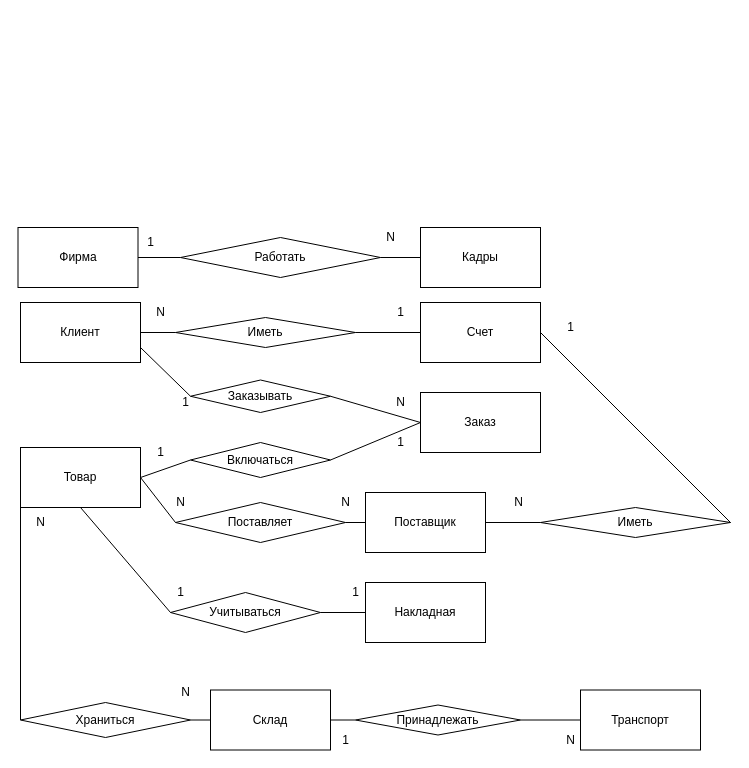
stanislaumich/1- keeps this draw.io diagram as Летняя/MASLAK_DIMA/основная малая диаграмма.drawio. Above is the earlier version. Source tidied: cells renumbered, new cells numbered last; positions are measured from the earlier drawing's top-left corner, leaving out a move shared by most shapes. Both pictures are drawn from the tidied source at 100%, with x=0, y=0 at pixel (18, 227).
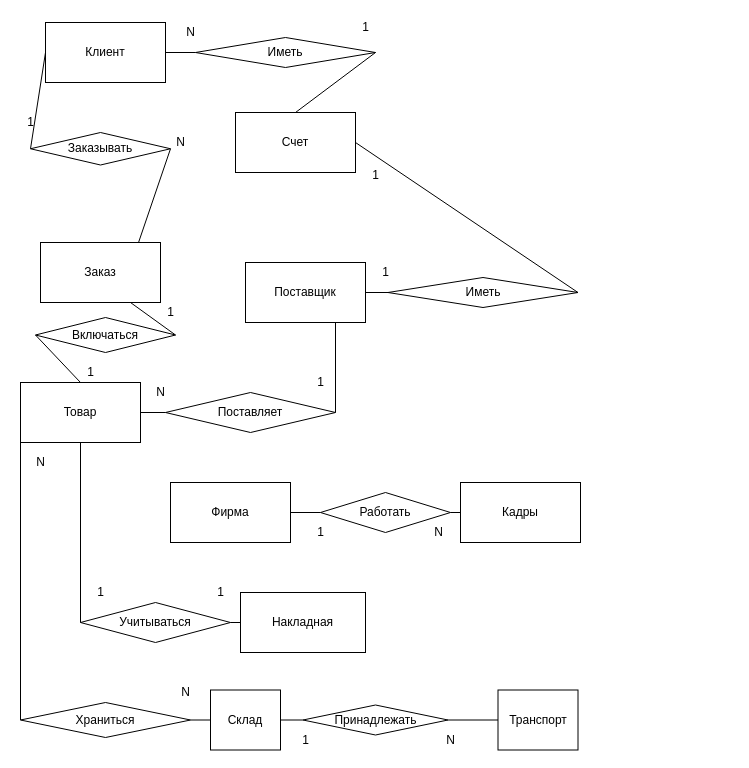
After the change.

Change to the diagram source:
```diff
@@
     <mxCell id="2" value="Кадры" style="rounded=0;whiteSpace=wrap;html=1;" parent="1" vertex="1">
-      <mxGeometry x="402" width="120" height="60" as="geometry" />
+      <mxGeometry x="442" y="255" width="120" height="60" as="geometry" />
     </mxCell>
     <mxCell id="3" value="Фирма" style="rounded=0;whiteSpace=wrap;html=1;" parent="1" vertex="1">
-      <mxGeometry x="-0.5" width="120" height="60" as="geometry" />
+      <mxGeometry x="152" y="255" width="120" height="60" as="geometry" />
     </mxCell>
     <mxCell id="4" value="Клиент" style="rounded=0;whiteSpace=wrap;html=1;" parent="1" vertex="1">
-      <mxGeometry x="2" y="75" width="120" height="60" as="geometry" />
+      <mxGeometry x="27" y="-205" width="120" height="60" as="geometry" />
     </mxCell>
     <mxCell id="5" value="Накладная" style="rounded=0;whiteSpace=wrap;html=1;" parent="1" vertex="1">
-      <mxGeometry x="347" y="355" width="120" height="60" as="geometry" />
+      <mxGeometry x="222" y="365" width="125" height="60" as="geometry" />
     </mxCell>
     <mxCell id="6" value="Поставщик" style="rounded=0;whiteSpace=wrap;html=1;" parent="1" vertex="1">
-      <mxGeometry x="347" y="265" width="120" height="60" as="geometry" />
+      <mxGeometry x="227" y="35" width="120" height="60" as="geometry" />
     </mxCell>
     <mxCell id="7" value="Счет" style="rounded=0;whiteSpace=wrap;html=1;" parent="1" vertex="1">
-      <mxGeometry x="402" y="75" width="120" height="60" as="geometry" />
+      <mxGeometry x="217" y="-115" width="120" height="60" as="geometry" />
     </mxCell>
     <mxCell id="8" value="Склад" style="rounded=0;whiteSpace=wrap;html=1;" parent="1" vertex="1">
-      <mxGeometry x="192" y="462.5" width="120" height="60" as="geometry" />
+      <mxGeometry x="192" y="462.5" width="70" height="60" as="geometry" />
     </mxCell>
     <mxCell id="9" value="Товар" style="rounded=0;whiteSpace=wrap;html=1;" parent="1" vertex="1">
-      <mxGeometry x="2" y="220" width="120" height="60" as="geometry" />
+      <mxGeometry x="2" y="155" width="120" height="60" as="geometry" />
     </mxCell>
     <mxCell id="10" value="Транспорт" style="rounded=0;whiteSpace=wrap;html=1;" parent="1" vertex="1">
-      <mxGeometry x="562" y="462.5" width="120" height="60" as="geometry" />
+      <mxGeometry x="479.5" y="462.5" width="80" height="60" as="geometry" />
     </mxCell>
     <mxCell id="11" value="Заказ" style="rounded=0;whiteSpace=wrap;html=1;" parent="1" vertex="1">
-      <mxGeometry x="402" y="165" width="120" height="60" as="geometry" />
+      <mxGeometry x="22" y="15" width="120" height="60" as="geometry" />
     </mxCell>
     <mxCell id="12" value="Принадлежать" style="rhombus;whiteSpace=wrap;html=1;" parent="1" vertex="1">
-      <mxGeometry x="337" y="477.5" width="165" height="30" as="geometry" />
+      <mxGeometry x="284.5" y="477.5" width="145" height="30" as="geometry" />
     </mxCell>
@@
     <mxCell id="15" value="Иметь" style="rhombus;whiteSpace=wrap;html=1;" parent="1" vertex="1">
-      <mxGeometry x="157" y="90" width="180" height="30" as="geometry" />
+      <mxGeometry x="177" y="-190" width="180" height="30" as="geometry" />
     </mxCell>
     <mxCell id="16" value="Иметь" style="rhombus;whiteSpace=wrap;html=1;" parent="1" vertex="1">
-      <mxGeometry x="522" y="280" width="190" height="30" as="geometry" />
+      <mxGeometry x="369.5" y="50" width="190" height="30" as="geometry" />
     </mxCell>
-    <mxCell id="17" style="endArrow=none;html=1;entryX=1;entryY=0.5;entryDx=0;entryDy=0;exitX=0;exitY=0.5;exitDx=0;exitDy=0;" parent="1" edge="1" source="7" target="15">
+    <mxCell id="17" style="endArrow=none;html=1;entryX=1;entryY=0.5;entryDx=0;entryDy=0;exitX=0.5;exitY=0;exitDx=0;exitDy=0;" parent="1" edge="1" source="7" target="15">
       <mxGeometry relative="1" as="geometry" />
     </mxCell>
@@
     <mxCell id="21" value="Работать" style="rhombus;whiteSpace=wrap;html=1;" parent="1" vertex="1">
-      <mxGeometry x="162" y="10" width="200" height="40" as="geometry" />
+      <mxGeometry x="302" y="265" width="130" height="40" as="geometry" />
     </mxCell>
@@
     <mxCell id="27" value="Учитываться&lt;br&gt;" style="rhombus;whiteSpace=wrap;html=1;" parent="1" vertex="1">
-      <mxGeometry x="152" y="365" width="150" height="40" as="geometry" />
+      <mxGeometry x="62" y="375" width="150" height="40" as="geometry" />
     </mxCell>
@@
     <mxCell id="30" value="Включаться" style="rhombus;whiteSpace=wrap;html=1;" parent="1" vertex="1">
-      <mxGeometry x="172" y="215" width="140" height="35" as="geometry" />
+      <mxGeometry x="17" y="90" width="140" height="35" as="geometry" />
     </mxCell>
-    <mxCell id="31" style="endArrow=none;html=1;entryX=0;entryY=0.5;entryDx=0;entryDy=0;exitX=1;exitY=0.5;exitDx=0;exitDy=0;" parent="1" edge="1" source="9" target="30">
+    <mxCell id="31" style="endArrow=none;html=1;entryX=0;entryY=0.5;entryDx=0;entryDy=0;exitX=0.5;exitY=0;exitDx=0;exitDy=0;" parent="1" edge="1" source="9" target="30">
       <mxGeometry relative="1" as="geometry" />
     </mxCell>
-    <mxCell id="32" style="endArrow=none;html=1;entryX=0;entryY=0.5;entryDx=0;entryDy=0;exitX=1;exitY=0.5;exitDx=0;exitDy=0;" parent="1" edge="1" source="30" target="11">
+    <mxCell id="32" style="endArrow=none;html=1;entryX=0.75;entryY=1;entryDx=0;entryDy=0;exitX=1;exitY=0.5;exitDx=0;exitDy=0;" parent="1" edge="1" source="30" target="11">
       <mxGeometry relative="1" as="geometry" />
     </mxCell>
-    <mxCell id="33" style="endArrow=none;html=1;exitX=1;exitY=0.75;exitDx=0;exitDy=0;entryX=0;entryY=0.5;entryDx=0;entryDy=0;" parent="1" edge="1" source="4" target="34">
+    <mxCell id="33" style="endArrow=none;html=1;exitX=0;exitY=0.5;exitDx=0;exitDy=0;entryX=0;entryY=0.5;entryDx=0;entryDy=0;" parent="1" edge="1" source="4" target="34">
       <mxGeometry relative="1" as="geometry" />
     </mxCell>
     <mxCell id="34" value="Заказывать" style="rhombus;whiteSpace=wrap;html=1;" parent="1" vertex="1">
-      <mxGeometry x="172" y="152.5" width="140" height="32.5" as="geometry" />
+      <mxGeometry x="12" y="-95" width="140" height="32.5" as="geometry" />
     </mxCell>
-    <mxCell id="35" style="endArrow=none;html=1;entryX=1;entryY=0.5;entryDx=0;entryDy=0;exitX=0;exitY=0.5;exitDx=0;exitDy=0;" parent="1" edge="1" source="11" target="34">
+    <mxCell id="35" style="endArrow=none;html=1;entryX=1;entryY=0.5;entryDx=0;entryDy=0;exitX=0.817;exitY=0;exitDx=0;exitDy=0;exitPerimeter=0;" parent="1" edge="1" source="11" target="34">
       <mxGeometry relative="1" as="geometry" />
     </mxCell>
     <mxCell id="36" value="Поставляет" style="rhombus;whiteSpace=wrap;html=1;" parent="1" vertex="1">
-      <mxGeometry x="157" y="275" width="170" height="40" as="geometry" />
+      <mxGeometry x="147" y="165" width="170" height="40" as="geometry" />
     </mxCell>
@@
-    <mxCell id="38" style="endArrow=none;html=1;exitX=0;exitY=0.5;exitDx=0;exitDy=0;entryX=1;entryY=0.5;entryDx=0;entryDy=0;" parent="1" edge="1" source="6" target="36">
+    <mxCell id="38" style="endArrow=none;html=1;exitX=0.75;exitY=1;exitDx=0;exitDy=0;entryX=1;entryY=0.5;entryDx=0;entryDy=0;" parent="1" edge="1" source="6" target="36">
       <mxGeometry relative="1" as="geometry" />
     </mxCell>
     <mxCell id="39" value="1" style="text;html=1;align=center;verticalAlign=middle;strokeColor=none;" parent="1" vertex="1">
-      <mxGeometry x="372" y="205" width="20" height="20" as="geometry" />
+      <mxGeometry x="142" y="75" width="20" height="20" as="geometry" />
     </mxCell>
-    <mxCell id="40" value="N" style="text;html=1;align=center;verticalAlign=middle;strokeColor=none;" parent="1" vertex="1">
-      <mxGeometry x="317" y="265" width="20" height="20" as="geometry" />
+    <mxCell id="40" value="1&lt;br&gt;" style="text;html=1;align=center;verticalAlign=middle;strokeColor=none;" parent="1" vertex="1">
+      <mxGeometry x="347" y="-62.5" width="20" height="20" as="geometry" />
     </mxCell>
-    <mxCell id="41" value="N" style="text;html=1;align=center;verticalAlign=middle;strokeColor=none;" parent="1" vertex="1">
-      <mxGeometry x="489.5" y="265" width="20" height="20" as="geometry" />
-    </mxCell>
     <mxCell id="42" value="1" style="text;html=1;align=center;verticalAlign=middle;strokeColor=none;" parent="1" vertex="1">
-      <mxGeometry x="157" y="165" width="20" height="20" as="geometry" />
+      <mxGeometry x="2" y="-115" width="20" height="20" as="geometry" />
     </mxCell>
     <mxCell id="43" value="N" style="text;html=1;align=center;verticalAlign=middle;strokeColor=none;" parent="1" vertex="1">
-      <mxGeometry x="132" y="75" width="20" height="20" as="geometry" />
+      <mxGeometry x="162" y="-205" width="20" height="20" as="geometry" />
     </mxCell>
     <mxCell id="44" value="N" style="text;html=1;align=center;verticalAlign=middle;strokeColor=none;" parent="1" vertex="1">
-      <mxGeometry x="372" y="165" width="20" height="20" as="geometry" />
+      <mxGeometry x="152" y="-95" width="20" height="20" as="geometry" />
     </mxCell>
     <mxCell id="45" value="1" style="text;html=1;align=center;verticalAlign=middle;strokeColor=none;" parent="1" vertex="1">
-      <mxGeometry x="122" y="5" width="20" height="20" as="geometry" />
+      <mxGeometry x="292" y="295" width="20" height="20" as="geometry" />
     </mxCell>
     <mxCell id="46" value="N" style="text;html=1;align=center;verticalAlign=middle;strokeColor=none;" parent="1" vertex="1">
-      <mxGeometry x="362" width="20" height="20" as="geometry" />
+      <mxGeometry x="409.5" y="295" width="20" height="20" as="geometry" />
     </mxCell>
@@
     <mxCell id="48" value="N" style="text;html=1;align=center;verticalAlign=middle;strokeColor=none;" parent="1" vertex="1">
-      <mxGeometry x="542" y="502.5" width="20" height="20" as="geometry" />
+      <mxGeometry x="422" y="502.5" width="20" height="20" as="geometry" />
     </mxCell>
     <mxCell id="49" value="1" style="text;html=1;align=center;verticalAlign=middle;strokeColor=none;" parent="1" vertex="1">
-      <mxGeometry x="372" y="75" width="20" height="20" as="geometry" />
+      <mxGeometry x="337" y="-210" width="20" height="20" as="geometry" />
     </mxCell>
     <mxCell id="50" value="1" style="text;html=1;align=center;verticalAlign=middle;strokeColor=none;" parent="1" vertex="1">
-      <mxGeometry x="327" y="355" width="20" height="20" as="geometry" />
+      <mxGeometry x="192" y="355" width="20" height="20" as="geometry" />
     </mxCell>
     <mxCell id="51" value="N" style="text;html=1;align=center;verticalAlign=middle;strokeColor=none;" parent="1" vertex="1">
-      <mxGeometry x="152" y="265" width="20" height="20" as="geometry" />
+      <mxGeometry x="132" y="155" width="20" height="20" as="geometry" />
     </mxCell>
     <mxCell id="52" value="1" style="text;html=1;align=center;verticalAlign=middle;strokeColor=none;" parent="1" vertex="1">
-      <mxGeometry x="317" y="502.5" width="20" height="20" as="geometry" />
+      <mxGeometry x="277" y="502.5" width="20" height="20" as="geometry" />
     </mxCell>
     <mxCell id="53" value="1" style="text;html=1;align=center;verticalAlign=middle;strokeColor=none;" parent="1" vertex="1">
-      <mxGeometry x="132" y="215" width="20" height="20" as="geometry" />
+      <mxGeometry x="62" y="135" width="20" height="20" as="geometry" />
     </mxCell>
     <mxCell id="54" value="1" style="text;html=1;align=center;verticalAlign=middle;strokeColor=none;" parent="1" vertex="1">
-      <mxGeometry x="152" y="355" width="20" height="20" as="geometry" />
+      <mxGeometry x="72" y="355" width="20" height="20" as="geometry" />
     </mxCell>
     <mxCell id="55" value="N" style="text;html=1;align=center;verticalAlign=middle;strokeColor=none;" parent="1" vertex="1">
-      <mxGeometry x="12" y="285" width="20" height="20" as="geometry" />
+      <mxGeometry x="12" y="225" width="20" height="20" as="geometry" />
     </mxCell>
@@
     <mxCell id="57" value="1" style="text;html=1;align=center;verticalAlign=middle;strokeColor=none;" parent="1" vertex="1">
-      <mxGeometry x="542" y="90" width="20" height="20" as="geometry" />
+      <mxGeometry x="357" y="35" width="20" height="20" as="geometry" />
     </mxCell>
@@
+    <mxCell id="59" value="1" style="text;html=1;align=center;verticalAlign=middle;strokeColor=none;" parent="1" vertex="1">
+      <mxGeometry x="292" y="145" width="20" height="20" as="geometry" />
+    </mxCell>
```
